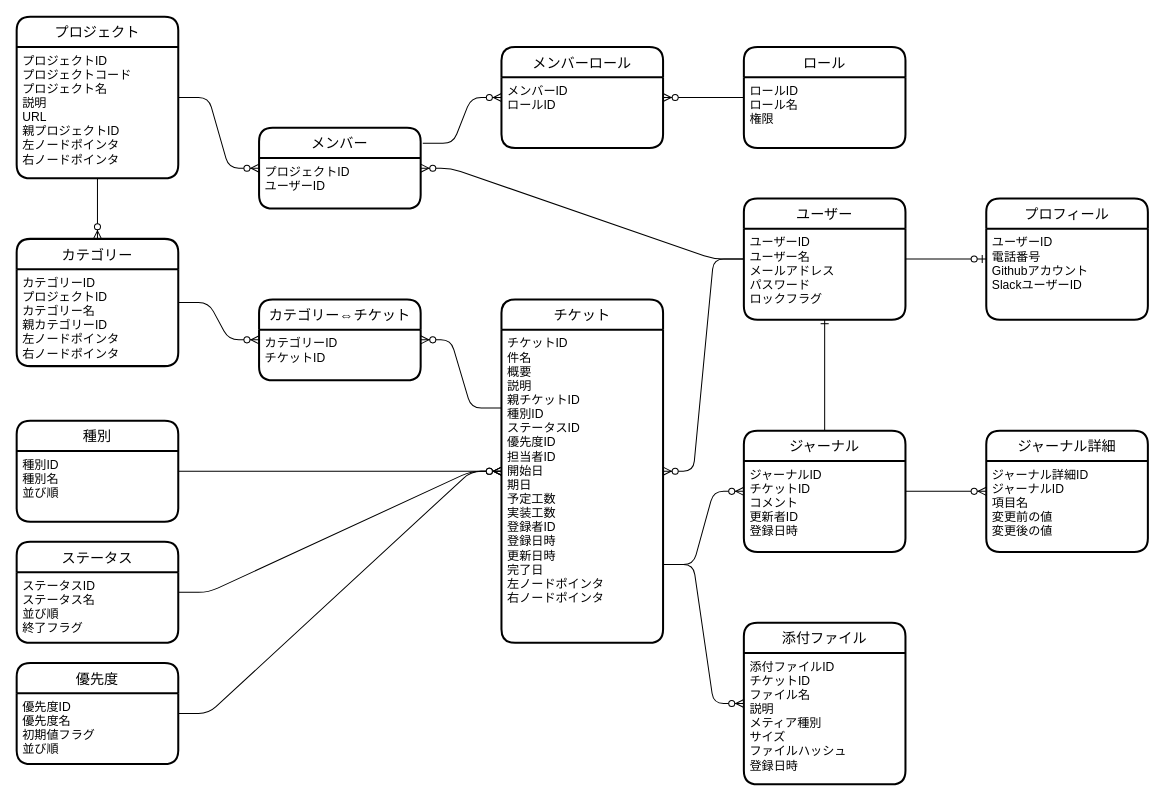
The draw.io diagram skills/drawio/assets/er_diagram_example.drawio in wate/agent-skills, before the edit. Source tidied: cells renumbered, new cells numbered last; positions are measured from the earlier drawing's top-left corner, leaving out a move shared by most shapes. Both pictures are drawn from the tidied source at 101%, with x=0, y=0 at pixel (16, 16).
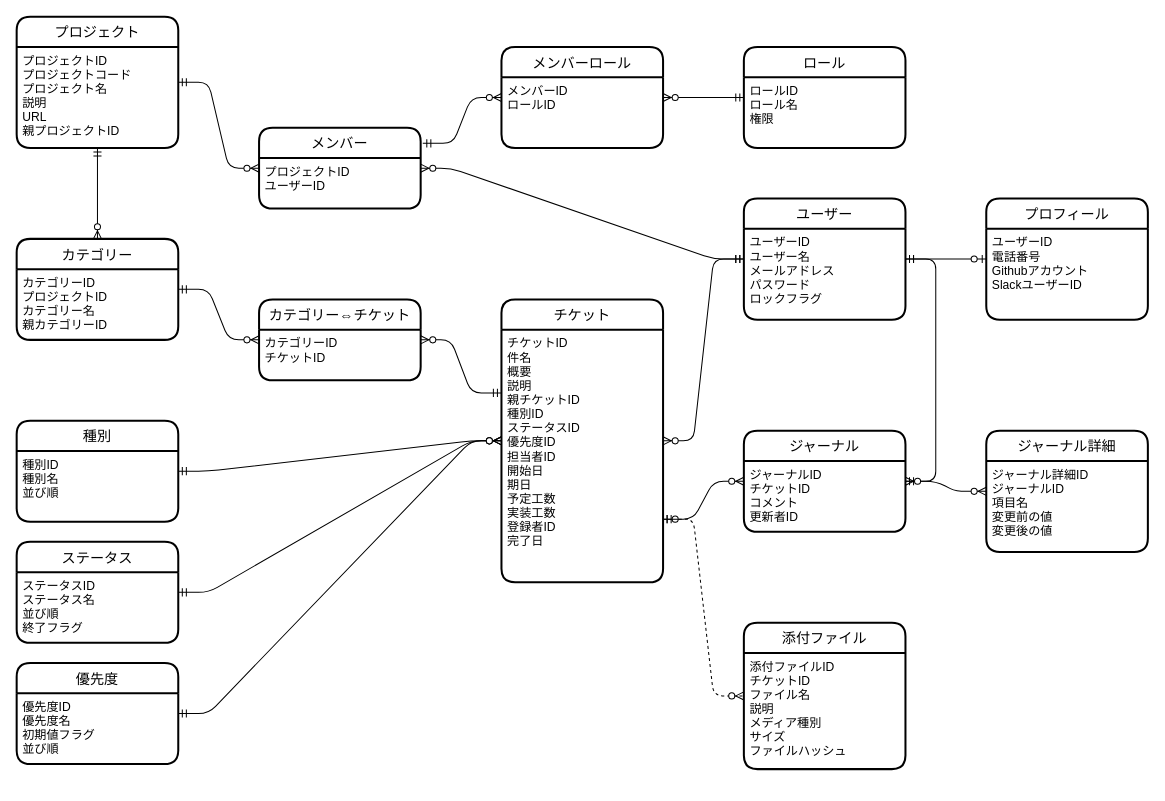
Above is the later version.

Unchanged cells that the change refers to:
```xml
<mxCell id="2" value="ステータス" style="swimlane;horizontal=1;startSize=30;rounded=1;fontSize=14;fontStyle=0;strokeWidth=2;shadow=0;dashed=0;align=center;" parent="1" vertex="1">
  <mxGeometry y="520" width="160" height="100" as="geometry" />
</mxCell>
<mxCell id="4" value="種別" style="swimlane;horizontal=1;startSize=30;rounded=1;fontSize=14;fontStyle=0;strokeWidth=2;shadow=0;dashed=0;align=center;" parent="1" vertex="1">
  <mxGeometry y="400" width="160" height="100" as="geometry" />
</mxCell>
<mxCell id="6" value="優先度" style="swimlane;horizontal=1;startSize=30;rounded=1;fontSize=14;fontStyle=0;strokeWidth=2;shadow=0;dashed=0;align=center;" parent="1" vertex="1">
  <mxGeometry y="640" width="160" height="100" as="geometry" />
</mxCell>
<mxCell id="8" value="ユーザー" style="swimlane;horizontal=1;startSize=30;rounded=1;fontSize=14;fontStyle=0;strokeWidth=2;shadow=0;dashed=0;align=center;" parent="1" vertex="1">
  <mxGeometry x="720" y="180" width="160" height="120" as="geometry" />
</mxCell>
<mxCell id="10" value="プロフィール" style="swimlane;horizontal=1;startSize=30;rounded=1;fontSize=14;fontStyle=0;strokeWidth=2;shadow=0;dashed=0;align=center;" parent="1" vertex="1">
  <mxGeometry x="960" y="180" width="160" height="120" as="geometry" />
</mxCell>
<mxCell id="14" value="メンバー" style="swimlane;horizontal=1;startSize=30;rounded=1;fontSize=14;fontStyle=0;strokeWidth=2;shadow=0;dashed=0;align=center;" parent="1" vertex="1">
  <mxGeometry x="240" y="110" width="160" height="80" as="geometry" />
</mxCell>
<mxCell id="25" value="ロール" style="swimlane;horizontal=1;startSize=30;rounded=1;fontSize=14;fontStyle=0;strokeWidth=2;shadow=0;dashed=0;align=center;" parent="1" vertex="1">
  <mxGeometry x="720" y="30" width="160" height="100" as="geometry" />
</mxCell>
<mxCell id="30" value="カテゴリー⇔チケット" style="swimlane;horizontal=1;startSize=30;rounded=1;fontSize=14;fontStyle=0;strokeWidth=2;shadow=0;dashed=0;align=center;" parent="1" vertex="1">
  <mxGeometry x="240" y="280" width="160" height="80" as="geometry" />
</mxCell>
<mxCell id="36" value="ジャーナル詳細" style="swimlane;horizontal=1;startSize=30;rounded=1;fontSize=14;fontStyle=0;strokeWidth=2;shadow=0;dashed=0;align=center;" parent="1" vertex="1">
  <mxGeometry x="960" y="410" width="160" height="120" as="geometry" />
</mxCell>
<mxCell id="40" value="メンバーロール" style="swimlane;horizontal=1;startSize=30;rounded=1;fontSize=14;fontStyle=0;strokeWidth=2;shadow=0;dashed=0;align=center;" parent="1" vertex="1">
  <mxGeometry x="480" y="30" width="160" height="100" as="geometry" />
</mxCell>
```

What changed in the source:
```diff
@@
     <mxCell id="12" value="プロジェクト" style="swimlane;horizontal=1;startSize=30;rounded=1;fontSize=14;fontStyle=0;strokeWidth=2;shadow=0;dashed=0;align=center;" parent="1" vertex="1">
-      <mxGeometry width="160" height="160" as="geometry" />
+      <mxGeometry width="160" height="130" as="geometry" />
     </mxCell>
-    <mxCell id="13" value="プロジェクトID&#10;プロジェクトコード&#10;プロジェクト名&#10;説明&#10;URL&#10;親プロジェクトID&#10;左ノードポインタ&#10;右ノードポインタ" style="align=left;strokeColor=none;fillColor=none;spacingLeft=4;fontSize=12;verticalAlign=top;" parent="12" vertex="1">
-      <mxGeometry y="30" width="160" height="130" as="geometry" />
+    <mxCell id="13" value="プロジェクトID&#10;プロジェクトコード&#10;プロジェクト名&#10;説明&#10;URL&#10;親プロジェクトID" style="align=left;strokeColor=none;fillColor=none;spacingLeft=4;fontSize=12;verticalAlign=top;" parent="12" vertex="1">
+      <mxGeometry y="30" width="160" height="100" as="geometry" />
     </mxCell>
@@
     <mxCell id="16" value="チケット" style="swimlane;horizontal=1;startSize=30;rounded=1;fontSize=14;fontStyle=0;strokeWidth=2;shadow=0;dashed=0;align=center;" parent="1" vertex="1">
-      <mxGeometry x="480" y="280" width="160" height="340" as="geometry" />
+      <mxGeometry x="480" y="280" width="160" height="280" as="geometry" />
     </mxCell>
-    <mxCell id="17" value="チケットID&#10;件名&#10;概要&#10;説明&#10;親チケットID&#10;種別ID&#10;ステータスID&#10;優先度ID&#10;担当者ID&#10;開始日&#10;期日&#10;予定工数&#10;実装工数&#10;登録者ID&#10;登録日時&#10;更新日時&#10;完了日&#10;左ノードポインタ&#10;右ノードポインタ" style="align=left;strokeColor=none;fillColor=none;spacingLeft=4;fontSize=12;verticalAlign=top;" parent="16" vertex="1">
-      <mxGeometry y="30" width="160" height="310" as="geometry" />
+    <mxCell id="17" value="チケットID&#10;件名&#10;概要&#10;説明&#10;親チケットID&#10;種別ID&#10;ステータスID&#10;優先度ID&#10;担当者ID&#10;開始日&#10;期日&#10;予定工数&#10;実装工数&#10;登録者ID&#10;完了日" style="align=left;strokeColor=none;fillColor=none;spacingLeft=4;fontSize=12;verticalAlign=top;" parent="16" vertex="1">
+      <mxGeometry y="30" width="160" height="250" as="geometry" />
     </mxCell>
-    <mxCell id="18" style="edgeStyle=entityRelationEdgeStyle;fontSize=12;html=1;endArrow=ERzeroToMany;endFill=1;" parent="1" edge="1" source="4" target="16">
+    <mxCell id="18" style="edgeStyle=entityRelationEdgeStyle;fontSize=12;html=1;startArrow=ERmandOne;startFill=0;endArrow=ERzeroToMany;endFill=1;" parent="1" edge="1" source="4" target="16">
       <mxGeometry relative="1" as="geometry" />
     </mxCell>
-    <mxCell id="19" style="edgeStyle=entityRelationEdgeStyle;fontSize=12;html=1;endArrow=ERzeroToMany;endFill=1;" parent="1" edge="1" source="2" target="16">
+    <mxCell id="19" style="edgeStyle=entityRelationEdgeStyle;fontSize=12;html=1;startArrow=ERmandOne;startFill=0;endArrow=ERzeroToMany;endFill=1;" parent="1" edge="1" source="2" target="16">
       <mxGeometry relative="1" as="geometry" />
     </mxCell>
-    <mxCell id="20" style="edgeStyle=entityRelationEdgeStyle;fontSize=12;html=1;endArrow=ERzeroToMany;endFill=1;" parent="1" edge="1" source="6" target="16">
+    <mxCell id="20" style="edgeStyle=entityRelationEdgeStyle;fontSize=12;html=1;startArrow=ERmandOne;startFill=0;endArrow=ERzeroToMany;endFill=1;" parent="1" edge="1" source="6" target="16">
       <mxGeometry relative="1" as="geometry" />
     </mxCell>
-    <mxCell id="21" style="fontSize=12;html=1;endArrow=ERzeroToOne;endFill=1;" parent="1" edge="1" source="8" target="10">
+    <mxCell id="21" style="fontSize=12;html=1;startArrow=ERmandOne;startFill=0;endArrow=ERzeroToOne;endFill=1;" parent="1" edge="1" source="8" target="10">
       <mxGeometry relative="1" as="geometry" />
     </mxCell>
-    <mxCell id="22" style="edgeStyle=entityRelationEdgeStyle;fontSize=12;html=1;endArrow=ERzeroToMany;endFill=1;" parent="1" edge="1" source="8" target="16">
+    <mxCell id="22" style="edgeStyle=entityRelationEdgeStyle;fontSize=12;html=1;startArrow=ERmandOne;startFill=0;endArrow=ERzeroToMany;endFill=1;" parent="1" edge="1" source="8" target="16">
       <mxGeometry relative="1" as="geometry" />
     </mxCell>
-    <mxCell id="23" style="edgeStyle=entityRelationEdgeStyle;fontSize=12;html=1;endArrow=ERzeroToMany;endFill=1;" parent="1" edge="1" source="8" target="14">
+    <mxCell id="23" style="edgeStyle=entityRelationEdgeStyle;fontSize=12;html=1;startArrow=ERmandOne;startFill=0;endArrow=ERzeroToMany;endFill=1;" parent="1" edge="1" source="8" target="14">
       <mxGeometry relative="1" as="geometry" />
     </mxCell>
-    <mxCell id="24" style="edgeStyle=entityRelationEdgeStyle;fontSize=12;html=1;endArrow=ERzeroToMany;endFill=1;" parent="1" edge="1" source="12" target="14">
+    <mxCell id="24" style="edgeStyle=entityRelationEdgeStyle;fontSize=12;html=1;startArrow=ERmandOne;startFill=0;endArrow=ERzeroToMany;endFill=1;" parent="1" edge="1" source="12" target="14">
       <mxGeometry relative="1" as="geometry" />
     </mxCell>
@@
     <mxCell id="27" value="カテゴリー" style="swimlane;horizontal=1;startSize=30;rounded=1;fontSize=14;fontStyle=0;strokeWidth=2;shadow=0;dashed=0;align=center;" parent="1" vertex="1">
-      <mxGeometry y="220" width="160" height="126" as="geometry" />
+      <mxGeometry y="220" width="160" height="100" as="geometry" />
     </mxCell>
-    <mxCell id="28" value="カテゴリーID&#10;プロジェクトID&#10;カテゴリー名&#10;親カテゴリーID&#10;左ノードポインタ&#10;右ノードポインタ&#10;" style="align=left;strokeColor=none;fillColor=none;spacingLeft=4;fontSize=12;verticalAlign=top;" parent="27" vertex="1">
-      <mxGeometry y="30" width="160" height="96" as="geometry" />
+    <mxCell id="28" value="カテゴリーID&#10;プロジェクトID&#10;カテゴリー名&#10;親カテゴリーID" style="align=left;strokeColor=none;fillColor=none;spacingLeft=4;fontSize=12;verticalAlign=top;" parent="27" vertex="1">
+      <mxGeometry y="30" width="160" height="70" as="geometry" />
     </mxCell>
-    <mxCell id="29" style="fontSize=12;html=1;endArrow=ERzeroToMany;endFill=1;exitX=0.5;exitY=1;exitDx=0;exitDy=0;entryX=0.5;entryY=0;entryDx=0;entryDy=0;" parent="1" edge="1" source="13" target="27">
+    <mxCell id="29" style="fontSize=12;html=1;startArrow=ERmandOne;startFill=0;endArrow=ERzeroToMany;endFill=1;exitX=0.5;exitY=1;exitDx=0;exitDy=0;entryX=0.5;entryY=0;entryDx=0;entryDy=0;" parent="1" edge="1" source="13" target="27">
       <mxGeometry relative="1" as="geometry" />
     </mxCell>
@@
-    <mxCell id="32" style="edgeStyle=entityRelationEdgeStyle;fontSize=12;html=1;endArrow=ERzeroToMany;endFill=1;" parent="1" edge="1" source="27" target="30">
+    <mxCell id="32" style="edgeStyle=entityRelationEdgeStyle;fontSize=12;html=1;startArrow=ERmandOne;startFill=0;endArrow=ERzeroToMany;endFill=1;" parent="1" edge="1" source="27" target="30">
       <mxGeometry relative="1" as="geometry" />
     </mxCell>
-    <mxCell id="33" style="edgeStyle=entityRelationEdgeStyle;fontSize=12;html=1;endArrow=ERzeroToMany;endFill=1;exitX=0;exitY=0.25;exitDx=0;exitDy=0;" parent="1" edge="1" source="17" target="30">
+    <mxCell id="33" style="edgeStyle=entityRelationEdgeStyle;fontSize=12;html=1;startArrow=ERmandOne;startFill=0;endArrow=ERzeroToMany;endFill=1;exitX=0;exitY=0.25;exitDx=0;exitDy=0;" parent="1" edge="1" source="17" target="30">
       <mxGeometry relative="1" as="geometry" />
     </mxCell>
     <mxCell id="34" value="ジャーナル" style="swimlane;horizontal=1;startSize=30;rounded=1;fontSize=14;fontStyle=0;strokeWidth=2;shadow=0;dashed=0;align=center;" parent="1" vertex="1">
-      <mxGeometry x="720" y="410" width="160" height="120" as="geometry" />
+      <mxGeometry x="720" y="410" width="160" height="100" as="geometry" />
     </mxCell>
-    <mxCell id="35" value="ジャーナルID&#10;チケットID&#10;コメント&#10;更新者ID&#10;登録日時" style="align=left;strokeColor=none;fillColor=none;spacingLeft=4;fontSize=12;verticalAlign=top;" parent="34" vertex="1">
-      <mxGeometry y="30" width="160" height="90" as="geometry" />
+    <mxCell id="35" value="ジャーナルID&#10;チケットID&#10;コメント&#10;更新者ID" style="align=left;strokeColor=none;fillColor=none;spacingLeft=4;fontSize=12;verticalAlign=top;" parent="34" vertex="1">
+      <mxGeometry y="30" width="160" height="70" as="geometry" />
     </mxCell>
@@
-    <mxCell id="38" style="edgeStyle=entityRelationEdgeStyle;fontSize=12;html=1;endArrow=ERzeroToMany;endFill=1;exitX=1;exitY=0.75;exitDx=0;exitDy=0;" parent="1" edge="1" source="17" target="34">
+    <mxCell id="38" style="edgeStyle=entityRelationEdgeStyle;fontSize=12;html=1;startArrow=ERmandOne;startFill=0;endArrow=ERzeroToMany;endFill=1;exitX=1;exitY=0.75;exitDx=0;exitDy=0;" parent="1" edge="1" source="17" target="34">
       <mxGeometry relative="1" as="geometry" />
     </mxCell>
-    <mxCell id="39" style="edgeStyle=entityRelationEdgeStyle;fontSize=12;html=1;endArrow=ERzeroToMany;endFill=1;" parent="1" edge="1" source="34" target="36">
+    <mxCell id="39" style="edgeStyle=entityRelationEdgeStyle;fontSize=12;html=1;startArrow=ERmandOne;startFill=0;endArrow=ERzeroToMany;endFill=1;" parent="1" edge="1" source="34" target="36">
       <mxGeometry relative="1" as="geometry" />
     </mxCell>
@@
-    <mxCell id="42" style="edgeStyle=entityRelationEdgeStyle;fontSize=12;html=1;endArrow=ERzeroToMany;endFill=1;" parent="1" edge="1" source="25" target="40">
+    <mxCell id="42" style="edgeStyle=entityRelationEdgeStyle;fontSize=12;html=1;startArrow=ERmandOne;startFill=0;endArrow=ERzeroToMany;endFill=1;" parent="1" edge="1" source="25" target="40">
       <mxGeometry relative="1" as="geometry" />
     </mxCell>
-    <mxCell id="43" style="edgeStyle=entityRelationEdgeStyle;fontSize=12;html=1;endArrow=ERzeroToMany;endFill=1;exitX=1.013;exitY=0.193;exitDx=0;exitDy=0;exitPerimeter=0;" parent="1" edge="1" source="14" target="40">
+    <mxCell id="43" style="edgeStyle=entityRelationEdgeStyle;fontSize=12;html=1;startArrow=ERmandOne;startFill=0;endArrow=ERzeroToMany;endFill=1;exitX=1.013;exitY=0.193;exitDx=0;exitDy=0;exitPerimeter=0;" parent="1" edge="1" source="14" target="40">
       <mxGeometry relative="1" as="geometry" />
     </mxCell>
     <mxCell id="44" value="添付ファイル" style="swimlane;horizontal=1;startSize=30;rounded=1;fontSize=14;fontStyle=0;strokeWidth=2;shadow=0;dashed=0;align=center;" parent="1" vertex="1">
-      <mxGeometry x="720" y="600" width="160" height="160" as="geometry" />
+      <mxGeometry x="720" y="600" width="160" height="145" as="geometry" />
     </mxCell>
-    <mxCell id="45" value="添付ファイルID&#10;チケットID&#10;ファイル名&#10;説明&#10;メティア種別&#10;サイズ&#10;ファイルハッシュ&#10;登録日時" style="align=left;strokeColor=none;fillColor=none;spacingLeft=4;fontSize=12;verticalAlign=top;" parent="44" vertex="1">
-      <mxGeometry y="30" width="160" height="130" as="geometry" />
+    <mxCell id="45" value="添付ファイルID&#10;チケットID&#10;ファイル名&#10;説明&#10;メディア種別&#10;サイズ&#10;ファイルハッシュ" style="align=left;strokeColor=none;fillColor=none;spacingLeft=4;fontSize=12;verticalAlign=top;" parent="44" vertex="1">
+      <mxGeometry y="30" width="160" height="115" as="geometry" />
     </mxCell>
-    <mxCell id="46" style="edgeStyle=entityRelationEdgeStyle;fontSize=12;html=1;endArrow=ERzeroToMany;endFill=1;exitX=1;exitY=0.75;exitDx=0;exitDy=0;" parent="1" edge="1" source="17" target="44">
+    <mxCell id="46" style="edgeStyle=entityRelationEdgeStyle;fontSize=12;html=1;startArrow=ERzeroToOne;startFill=0;endArrow=ERzeroToMany;endFill=1;dashed=1;exitX=1;exitY=0.75;exitDx=0;exitDy=0;" parent="1" edge="1" source="17" target="44">
       <mxGeometry relative="1" as="geometry" />
     </mxCell>
-    <mxCell id="47" style="fontSize=12;html=1;endArrow=ERone;endFill=1;" parent="1" edge="1" source="34" target="8">
+    <mxCell id="47" style="edgeStyle=entityRelationEdgeStyle;fontSize=12;html=1;startArrow=ERmandOne;startFill=0;endArrow=ERzeroToMany;endFill=1;" parent="1" edge="1" source="8" target="34">
       <mxGeometry relative="1" as="geometry" />
     </mxCell>
```
